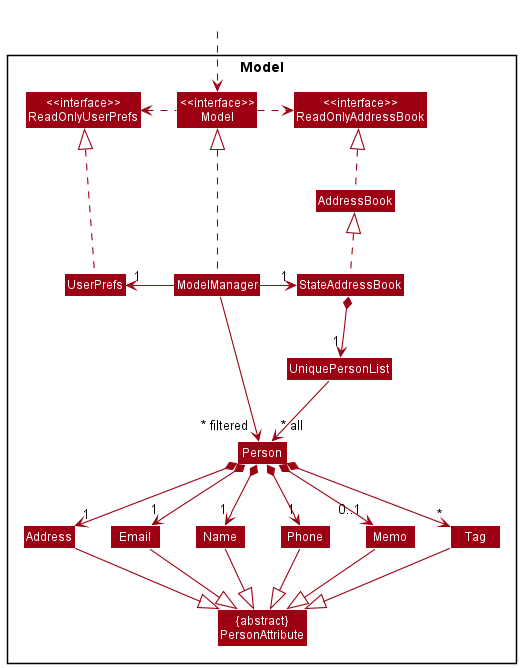
Earlier version of the PlantUML export docs/images/ModelClassDiagram.png (tandeshao/tp).
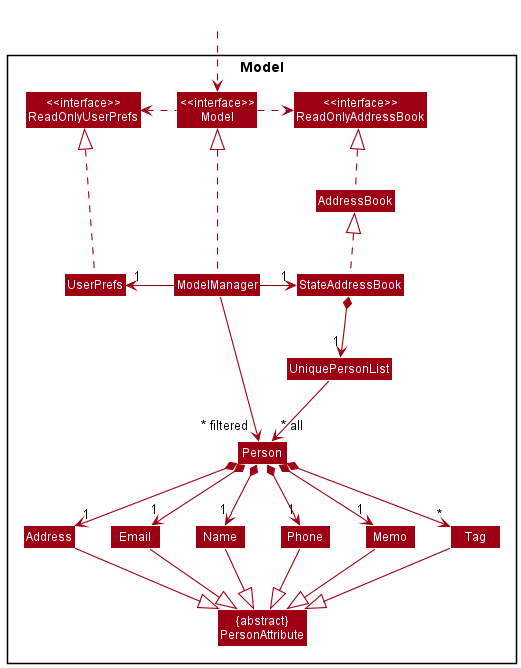
After the change.

Commit message:
Update Memo multiplicity

Diff of the diagram source:
```diff
@@ -45,7 +45,7 @@
 Person *--> "1" Phone
 Person *--> "1" Email
 Person *--> "1" Address
-Person *--> "0..1"Memo
+Person *--> "1"Memo
 Person *--> "*" Tag
 
 Name -down-|> PersonAttribute
```
